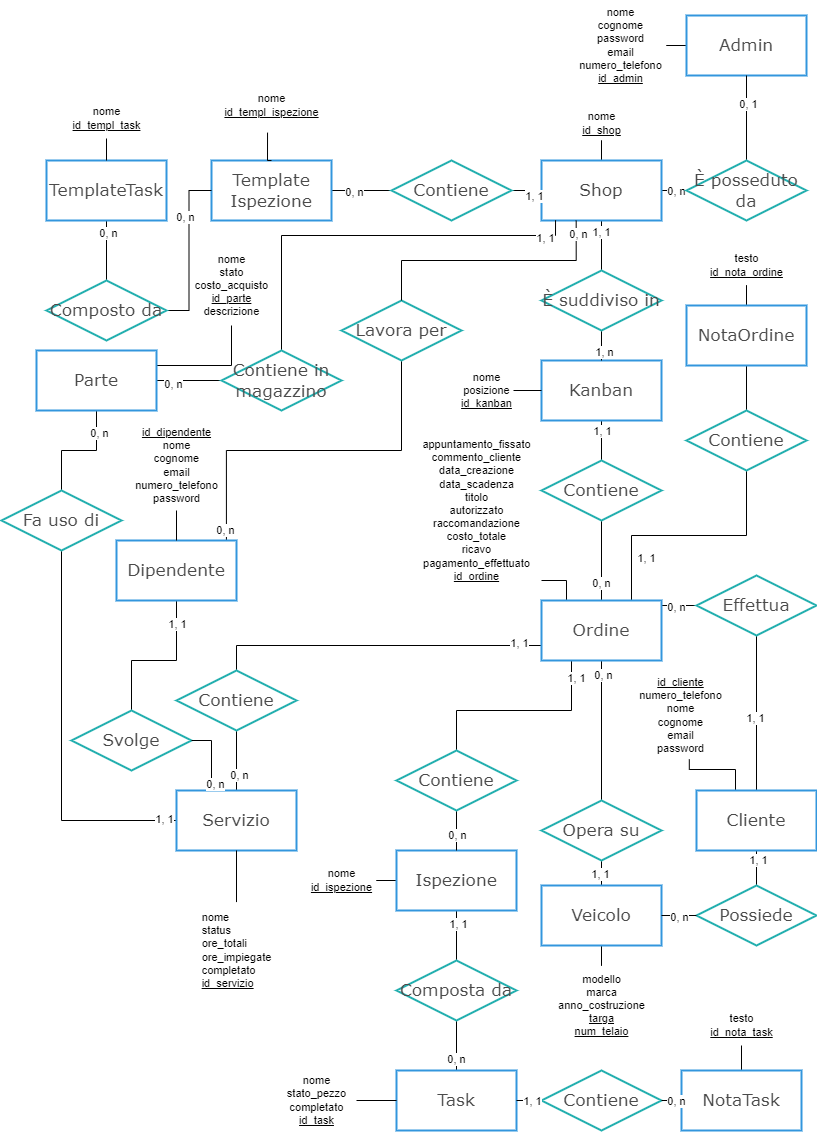
The draw.io diagram resources/SchemaER.png in Mattia-Gaetano-Greco/Officina, before a commit. Source tidied: cells renumbered, new cells last; positions are measured from the earlier drawing's top-left corner, leaving out a move shared by most shapes.
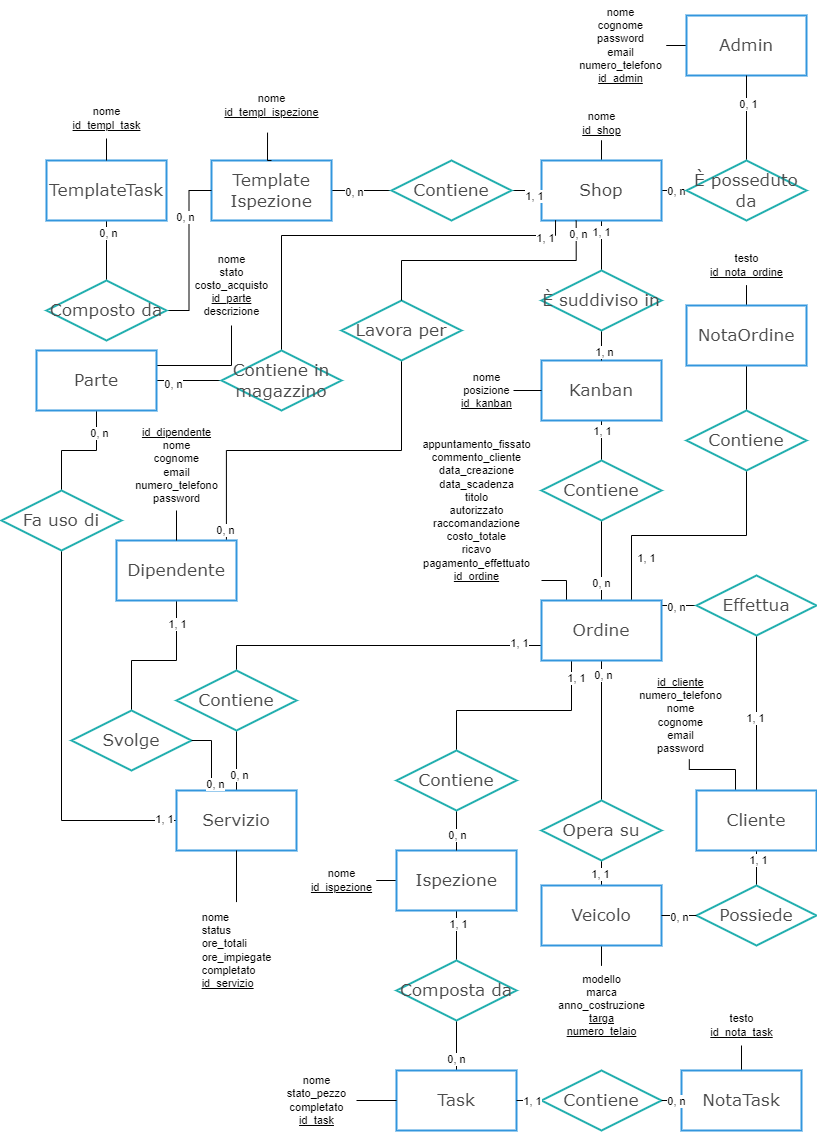
After the commit.

What changed in the source:
```diff
@@ -183,7 +183,7 @@
     <mxCell id="48" value="appuntamento_fissato&lt;br style=&quot;font-size: 11px;&quot;&gt;commento_cliente&lt;br style=&quot;font-size: 11px;&quot;&gt;data_creazione&lt;br style=&quot;font-size: 11px;&quot;&gt;data_scadenza&lt;br style=&quot;font-size: 11px;&quot;&gt;titolo&lt;br style=&quot;font-size: 11px;&quot;&gt;autorizzato&lt;br style=&quot;font-size: 11px;&quot;&gt;raccomandazione&lt;div&gt;costo_totale&lt;br&gt;ricavo&lt;br&gt;pagamento_effettuato&lt;br style=&quot;font-size: 11px;&quot;&gt;&lt;u style=&quot;font-size: 11px;&quot;&gt;id_ordine&lt;/u&gt;&lt;/div&gt;" style="text;html=1;align=center;verticalAlign=middle;points=[];strokeColor=none;fillColor=none;fontSize=11;fontFamily=Helvetica;fontColor=default;" parent="1" vertex="1">
       <mxGeometry x="410" y="430" width="130" height="160" as="geometry" />
     </mxCell>
-    <mxCell id="49" value="modello&lt;br style=&quot;font-size: 11px;&quot;&gt;marca&lt;br style=&quot;font-size: 11px;&quot;&gt;anno_costruzione&lt;br style=&quot;font-size: 11px;&quot;&gt;&lt;u style=&quot;font-size: 11px;&quot;&gt;targa&lt;br style=&quot;font-size: 11px;&quot;&gt;num_telaio&lt;/u&gt;" style="text;html=1;align=center;verticalAlign=middle;points=[];strokeColor=none;fillColor=none;fontSize=11;fontFamily=Helvetica;fontColor=default;" parent="1" vertex="1">
+    <mxCell id="49" value="modello&lt;br style=&quot;font-size: 11px;&quot;&gt;marca&lt;br style=&quot;font-size: 11px;&quot;&gt;anno_costruzione&lt;br style=&quot;font-size: 11px;&quot;&gt;&lt;u style=&quot;font-size: 11px;&quot;&gt;targa&lt;br style=&quot;font-size: 11px;&quot;&gt;numero_telaio&lt;/u&gt;" style="text;html=1;align=center;verticalAlign=middle;points=[];strokeColor=none;fillColor=none;fontSize=11;fontFamily=Helvetica;fontColor=default;" parent="1" vertex="1">
       <mxGeometry x="545" y="965" width="110" height="80" as="geometry" />
     </mxCell>
     <mxCell id="50" value="&lt;u style=&quot;font-size: 11px;&quot;&gt;id_cliente&lt;/u&gt;&lt;br style=&quot;font-size: 11px;&quot;&gt;numero_telefono&lt;br style=&quot;font-size: 11px;&quot;&gt;nome&lt;br style=&quot;font-size: 11px;&quot;&gt;cognome&lt;br style=&quot;font-size: 11px;&quot;&gt;email&lt;br&gt;password" style="text;html=1;align=center;verticalAlign=middle;points=[];strokeColor=none;fillColor=none;fontSize=11;fontFamily=Helvetica;fontColor=default;" parent="1" vertex="1">
```
